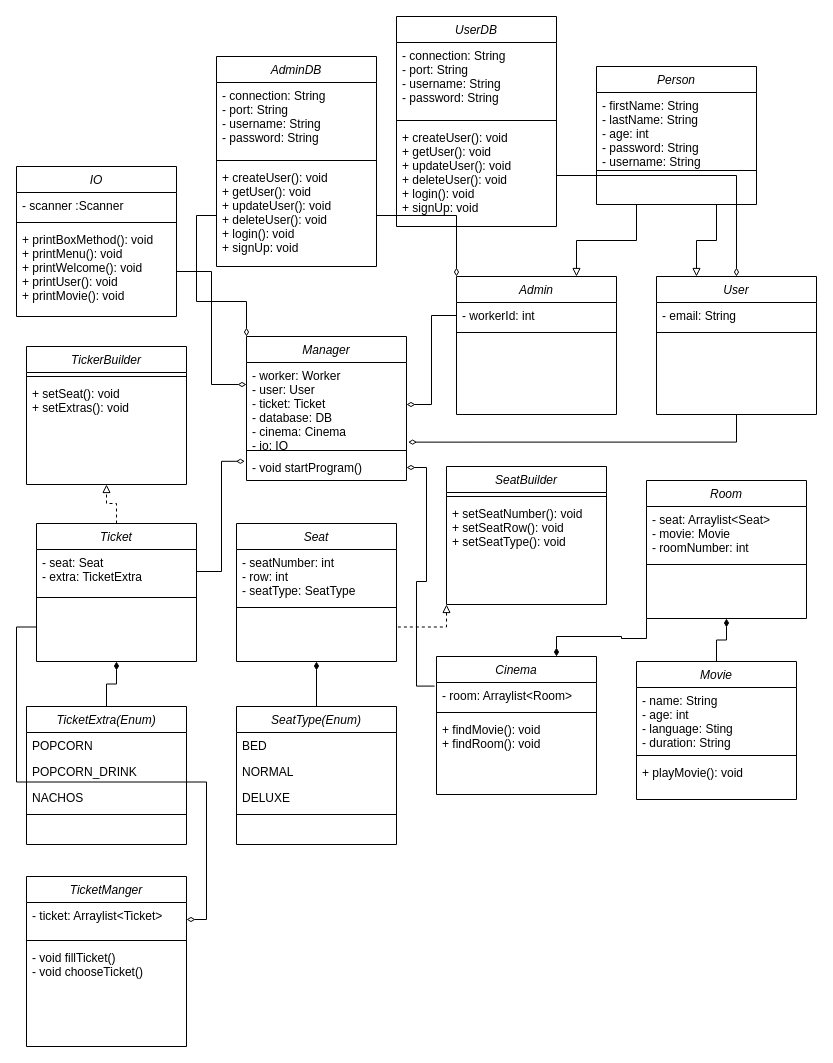
Before: CinemaSystem/diagram/class-diagramm.drawio in shawn-lacarta/M326_CinemaBookingSystem, a draw.io diagram. Source tidied: cells renumbered, new cells numbered last; positions are measured from the earlier drawing's top-left corner, leaving out a move shared by most shapes. Both pictures are drawn from the tidied source at 100%, with x=0, y=0 at pixel (16, 16).
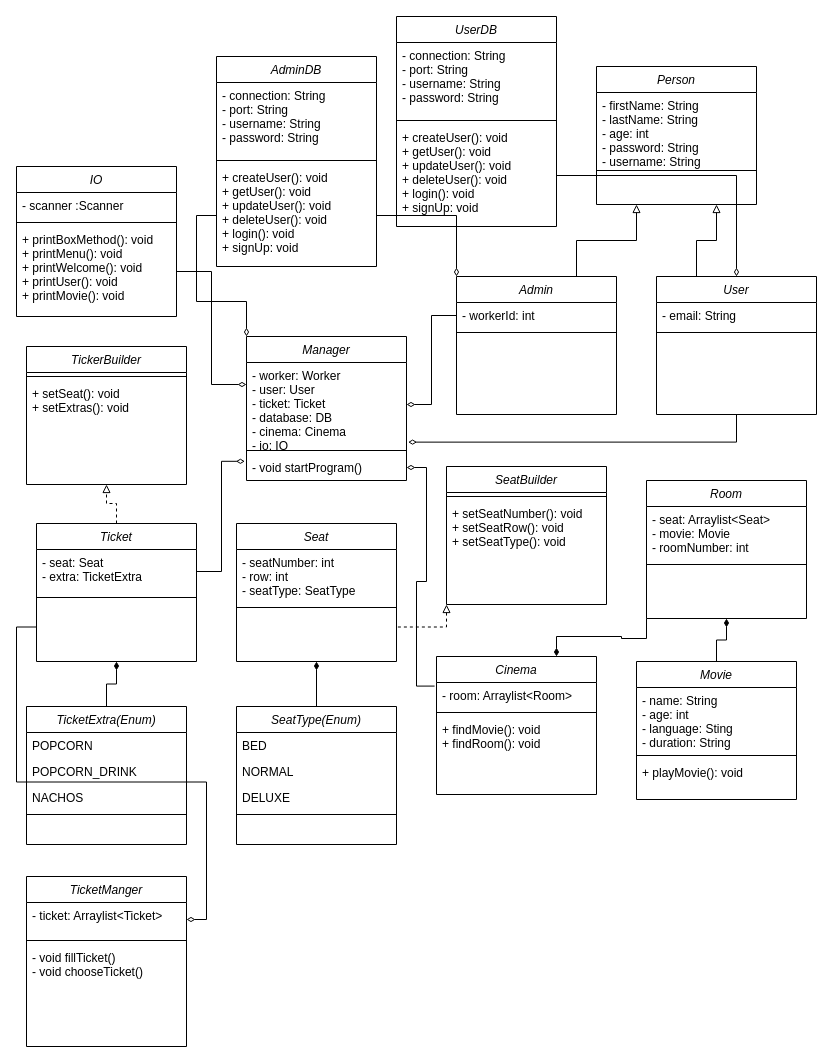
Above is the later version.

Commit message (it also covers changes not shown here):
update class diagram

The change refers to these unchanged cells:
```xml
<mxCell id="16" value="Admin" style="swimlane;fontStyle=2;align=center;verticalAlign=top;horizontal=1;startSize=26;rounded=0;shadow=0;strokeWidth=1;" parent="1" vertex="1">
  <mxGeometry x="440" y="260" width="160" height="138" as="geometry" />
</mxCell>
<mxCell id="38" value="User" style="swimlane;fontStyle=2;align=center;verticalAlign=top;horizontal=1;startSize=26;rounded=0;shadow=0;strokeWidth=1;" parent="1" vertex="1">
  <mxGeometry x="640" y="260" width="160" height="138" as="geometry" />
</mxCell>
<mxCell id="47" value="Person" style="swimlane;fontStyle=2;align=center;verticalAlign=top;horizontal=1;startSize=26;rounded=0;shadow=0;strokeWidth=1;" parent="1" vertex="1">
  <mxGeometry x="580" y="50" width="160" height="138" as="geometry" />
</mxCell>
```

The edit, as a diff of the source:
```diff
@@
-    <mxCell id="45" style="edgeStyle=orthogonalEdgeStyle;rounded=0;jettySize=auto;html=1;exitX=0.25;exitY=1;exitDx=0;exitDy=0;entryX=0.75;entryY=0;entryDx=0;entryDy=0;endArrow=block;endFill=0;startArrow=none;startFill=0;" parent="1" edge="1" source="47" target="16">
+    <mxCell id="45" style="edgeStyle=orthogonalEdgeStyle;rounded=0;jettySize=auto;html=1;exitX=0.25;exitY=1;exitDx=0;exitDy=0;entryX=0.75;entryY=0;entryDx=0;entryDy=0;endArrow=none;endFill=0;startArrow=block;startFill=0;" parent="1" edge="1" source="47" target="16">
       <mxGeometry relative="1" as="geometry" />
     </mxCell>
-    <mxCell id="46" style="edgeStyle=orthogonalEdgeStyle;rounded=0;jettySize=auto;html=1;exitX=0.75;exitY=1;exitDx=0;exitDy=0;entryX=0.25;entryY=0;entryDx=0;entryDy=0;endArrow=block;endFill=0;startArrow=none;startFill=0;" parent="1" edge="1" source="47" target="38">
+    <mxCell id="46" style="edgeStyle=orthogonalEdgeStyle;rounded=0;jettySize=auto;html=1;exitX=0.75;exitY=1;exitDx=0;exitDy=0;entryX=0.25;entryY=0;entryDx=0;entryDy=0;endArrow=none;endFill=0;startArrow=block;startFill=0;" parent="1" edge="1" source="47" target="38">
       <mxGeometry relative="1" as="geometry" />
     </mxCell>
```
